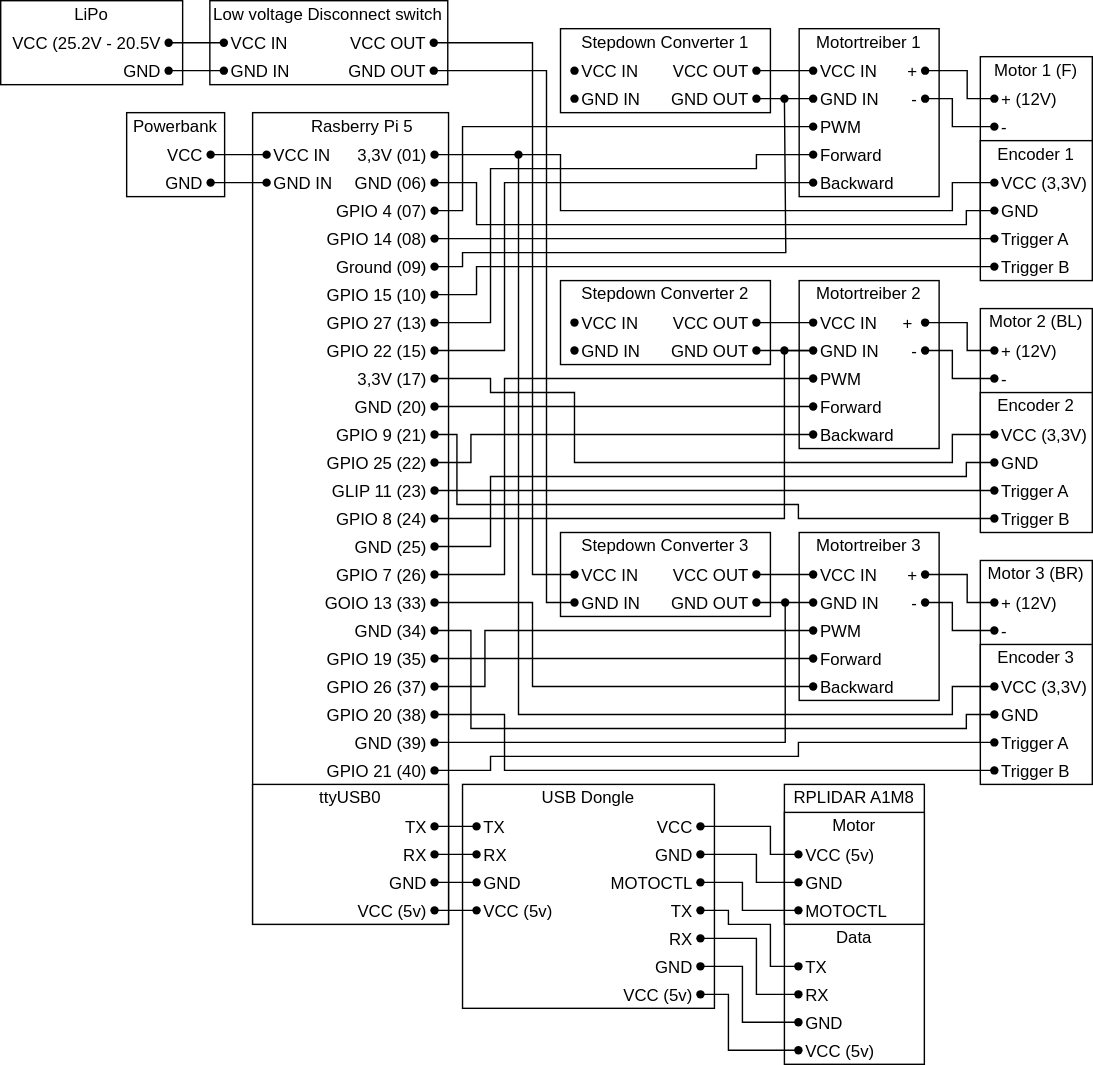
Above: CircuitDiagramPicture.drawio.svg in The-Bug-Bashers/BOAR (draw.io), before the change. Source tidied: cells renumbered, new cells last; positions are measured from the earlier drawing's top-left corner, leaving out a move shared by most shapes.
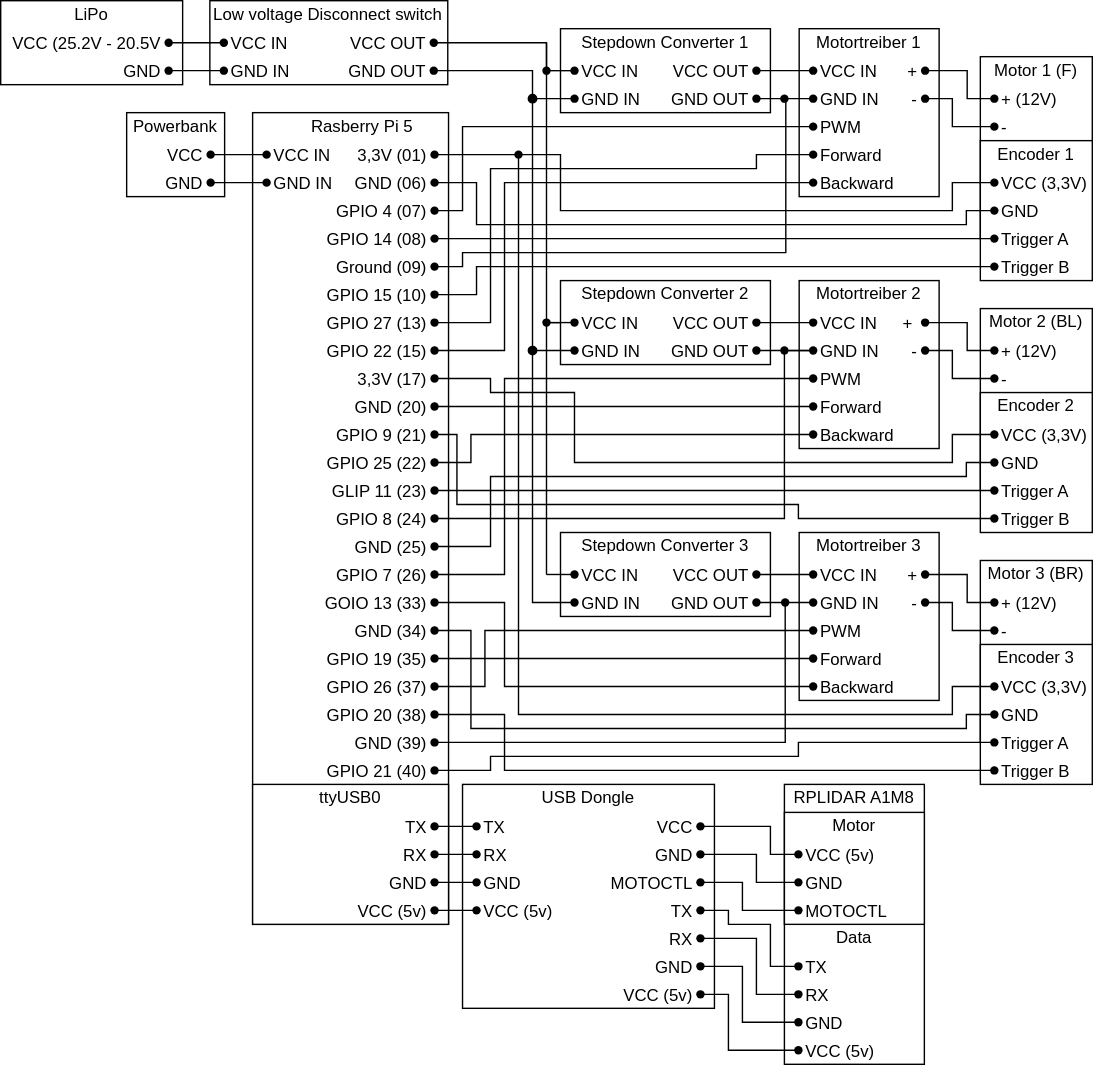
After the commit.

Change to the diagram source:
```diff
@@ -248,6 +248,11 @@
     <mxCell id="83" value="    VCC IN" style="shape=waypoint;sketch=0;fillStyle=solid;size=6;points=[];fillColor=none;perimeter=centerPerimeter;snapToPoint=1;align=left;" parent="80" vertex="1">
       <mxGeometry y="20" width="20" height="20" as="geometry" />
     </mxCell>
+    <mxCell id="224" style="edgeStyle=orthogonalEdgeStyle;rounded=0;jettySize=auto;html=1;endArrow=none;startFill=0;" parent="80" edge="1" source="84">
+      <mxGeometry relative="1" as="geometry">
+        <mxPoint x="-20" y="50" as="targetPoint" />
+      </mxGeometry>
+    </mxCell>
     <mxCell id="84" value="    GND IN" style="shape=waypoint;sketch=0;fillStyle=solid;size=6;points=[];fillColor=none;perimeter=centerPerimeter;snapToPoint=1;align=left;" parent="80" vertex="1">
       <mxGeometry y="40" width="20" height="20" as="geometry" />
     </mxCell>
@@ -269,6 +274,11 @@
     <mxCell id="90" value="    VCC IN" style="shape=waypoint;sketch=0;fillStyle=solid;size=6;points=[];fillColor=none;perimeter=centerPerimeter;snapToPoint=1;align=left;" parent="87" vertex="1">
       <mxGeometry y="20" width="20" height="20" as="geometry" />
     </mxCell>
+    <mxCell id="225" style="edgeStyle=orthogonalEdgeStyle;rounded=0;jettySize=auto;html=1;endArrow=oval;endFill=1;" parent="87" edge="1" source="91">
+      <mxGeometry relative="1" as="geometry">
+        <mxPoint x="-20" y="50" as="targetPoint" />
+      </mxGeometry>
+    </mxCell>
     <mxCell id="91" value="    GND IN" style="shape=waypoint;sketch=0;fillStyle=solid;size=6;points=[];fillColor=none;perimeter=centerPerimeter;snapToPoint=1;align=left;" parent="87" vertex="1">
       <mxGeometry y="40" width="20" height="20" as="geometry" />
     </mxCell>
@@ -287,9 +297,19 @@
     <mxCell id="96" value="Stepdown Converter 3" style="text;html=1;align=center;verticalAlign=middle;whiteSpace=wrap;rounded=0;" parent="94" vertex="1">
       <mxGeometry width="150" height="20" as="geometry" />
     </mxCell>
+    <mxCell id="226" style="edgeStyle=orthogonalEdgeStyle;rounded=0;jettySize=auto;html=1;endArrow=none;startFill=0;" parent="94" edge="1" source="97">
+      <mxGeometry relative="1" as="geometry">
+        <mxPoint x="-10" y="30" as="targetPoint" />
+      </mxGeometry>
+    </mxCell>
     <mxCell id="97" value="    VCC IN" style="shape=waypoint;sketch=0;fillStyle=solid;size=6;points=[];fillColor=none;perimeter=centerPerimeter;snapToPoint=1;align=left;" parent="94" vertex="1">
       <mxGeometry y="20" width="20" height="20" as="geometry" />
     </mxCell>
+    <mxCell id="227" style="edgeStyle=orthogonalEdgeStyle;rounded=0;jettySize=auto;html=1;endArrow=none;startFill=0;" parent="94" edge="1" source="98">
+      <mxGeometry relative="1" as="geometry">
+        <mxPoint x="-20" y="-310" as="targetPoint" />
+      </mxGeometry>
+    </mxCell>
     <mxCell id="98" value="    GND IN" style="shape=waypoint;sketch=0;fillStyle=solid;size=6;points=[];fillColor=none;perimeter=centerPerimeter;snapToPoint=1;align=left;" parent="94" vertex="1">
       <mxGeometry y="40" width="20" height="20" as="geometry" />
     </mxCell>
@@ -666,22 +686,6 @@
         </Array>
       </mxGeometry>
     </mxCell>
-    <mxCell id="197" style="edgeStyle=orthogonalEdgeStyle;rounded=0;jettySize=auto;html=1;entryX=0.522;entryY=1.006;entryDx=0;entryDy=0;entryPerimeter=0;endArrow=none;startFill=0;" parent="1" edge="1" source="46" target="98">
-      <mxGeometry relative="1" as="geometry">
-        <Array as="points">
-          <mxPoint x="390" y="50" />
-          <mxPoint x="390" y="430" />
-        </Array>
-      </mxGeometry>
-    </mxCell>
-    <mxCell id="198" style="edgeStyle=orthogonalEdgeStyle;rounded=0;jettySize=auto;html=1;endArrow=none;startFill=0;" parent="1" edge="1" source="47" target="97">
-      <mxGeometry relative="1" as="geometry">
-        <Array as="points">
-          <mxPoint x="380" y="30" />
-          <mxPoint x="380" y="410" />
-        </Array>
-      </mxGeometry>
-    </mxCell>
     <mxCell id="199" style="edgeStyle=orthogonalEdgeStyle;rounded=0;jettySize=auto;html=1;entryX=0.3;entryY=0.883;entryDx=0;entryDy=0;entryPerimeter=0;endArrow=none;startFill=0;" parent="1" edge="1" source="215" target="31">
       <mxGeometry relative="1" as="geometry">
         <Array as="points">
@@ -695,8 +699,8 @@
     <mxCell id="200" style="edgeStyle=orthogonalEdgeStyle;rounded=0;jettySize=auto;html=1;entryX=0.506;entryY=0.817;entryDx=0;entryDy=0;entryPerimeter=0;endArrow=none;startFill=0;" parent="1" edge="1" source="144" target="57">
       <mxGeometry relative="1" as="geometry">
         <Array as="points">
-          <mxPoint x="380" y="430" />
-          <mxPoint x="380" y="490" />
+          <mxPoint x="360" y="430" />
+          <mxPoint x="360" y="490" />
         </Array>
       </mxGeometry>
     </mxCell>
@@ -859,5 +863,60 @@
         </Array>
       </mxGeometry>
     </mxCell>
+    <mxCell id="228" style="edgeStyle=orthogonalEdgeStyle;rounded=0;jettySize=auto;html=1;endArrow=none;startFill=0;" parent="1" edge="1" source="229" target="90">
+      <mxGeometry relative="1" as="geometry" />
+    </mxCell>
+    <mxCell id="229" style="shape=waypoint;sketch=0;fillStyle=solid;size=6;points=[];fillColor=none;perimeter=centerPerimeter;snapToPoint=1;" parent="1" vertex="1">
+      <mxGeometry x="380" y="220" width="20" height="20" as="geometry" />
+    </mxCell>
+    <mxCell id="230" style="edgeStyle=orthogonalEdgeStyle;rounded=0;orthogonalLoop=1;jettySize=auto;html=1;endArrow=none;startFill=0;" parent="1" edge="1">
+      <mxGeometry relative="1" as="geometry">
+        <mxPoint x="400" y="230" as="sourcePoint" />
+        <mxPoint x="390" y="410" as="targetPoint" />
+        <Array as="points">
+          <mxPoint x="390" y="325" />
+          <mxPoint x="390" y="325" />
+        </Array>
+      </mxGeometry>
+    </mxCell>
+    <mxCell id="231" style="edgeStyle=orthogonalEdgeStyle;rounded=0;jettySize=auto;html=1;endArrow=none;startFill=0;" parent="1" edge="1" source="235" target="83">
+      <mxGeometry relative="1" as="geometry" />
+    </mxCell>
+    <mxCell id="232" style="edgeStyle=orthogonalEdgeStyle;rounded=0;jettySize=auto;html=1;endArrow=none;startFill=0;" parent="1" edge="1" source="235">
+      <mxGeometry relative="1" as="geometry">
+        <mxPoint x="390" y="50" as="targetPoint" />
+        <Array as="points">
+          <mxPoint x="390" y="30" />
+          <mxPoint x="390" y="50" />
+        </Array>
+      </mxGeometry>
+    </mxCell>
+    <mxCell id="233" style="edgeStyle=orthogonalEdgeStyle;rounded=0;jettySize=auto;html=1;endArrow=none;startFill=0;" parent="1" edge="1" source="229">
+      <mxGeometry relative="1" as="geometry">
+        <mxPoint x="390" y="50" as="targetPoint" />
+        <Array as="points">
+          <mxPoint x="390" y="230" />
+        </Array>
+      </mxGeometry>
+    </mxCell>
+    <mxCell id="234" style="edgeStyle=orthogonalEdgeStyle;rounded=0;jettySize=auto;html=1;endArrow=none;startFill=0;" parent="1" edge="1" source="47" target="235">
+      <mxGeometry relative="1" as="geometry">
+        <Array as="points">
+          <mxPoint x="390" y="30" />
+        </Array>
+      </mxGeometry>
+    </mxCell>
+    <mxCell id="235" style="shape=waypoint;sketch=0;fillStyle=solid;size=6;points=[];fillColor=none;perimeter=centerPerimeter;snapToPoint=1;" parent="1" vertex="1">
+      <mxGeometry x="380" y="40" width="20" height="20" as="geometry" />
+    </mxCell>
+    <mxCell id="236" style="edgeStyle=orthogonalEdgeStyle;rounded=0;jettySize=auto;html=1;endArrow=oval;endFill=1;" parent="1" edge="1" source="46">
+      <mxGeometry relative="1" as="geometry">
+        <mxPoint x="380" y="70" as="targetPoint" />
+        <Array as="points">
+          <mxPoint x="380" y="50" />
+          <mxPoint x="380" y="70" />
+        </Array>
+      </mxGeometry>
+    </mxCell>
   </root>
 </mxGraphModel>
```
